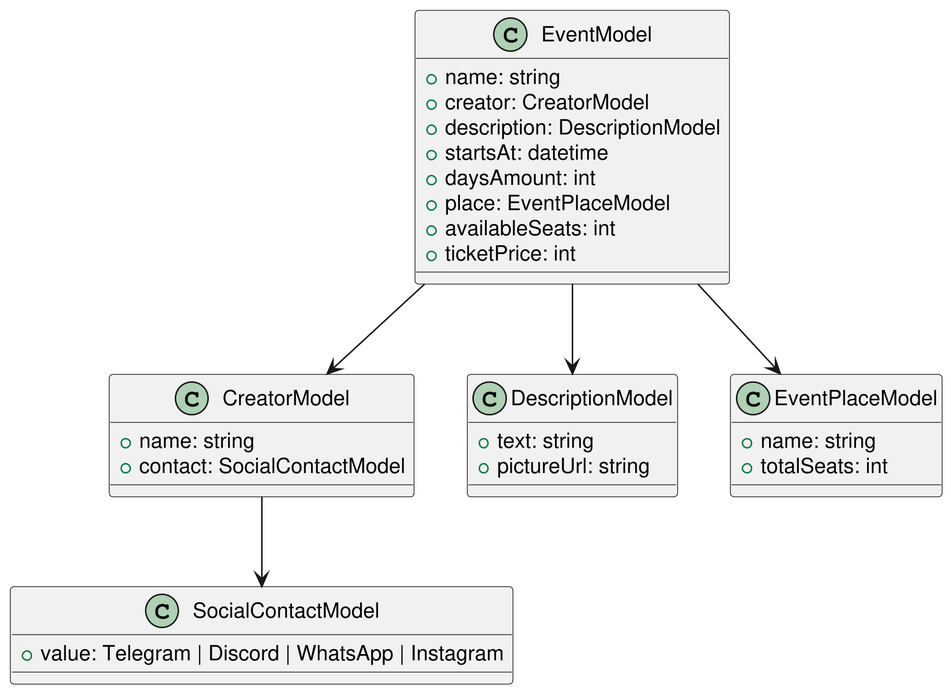
Before: img/event-model.png, a diagram exported from PlantUML (ai-shift/cyber-valley-tickets).
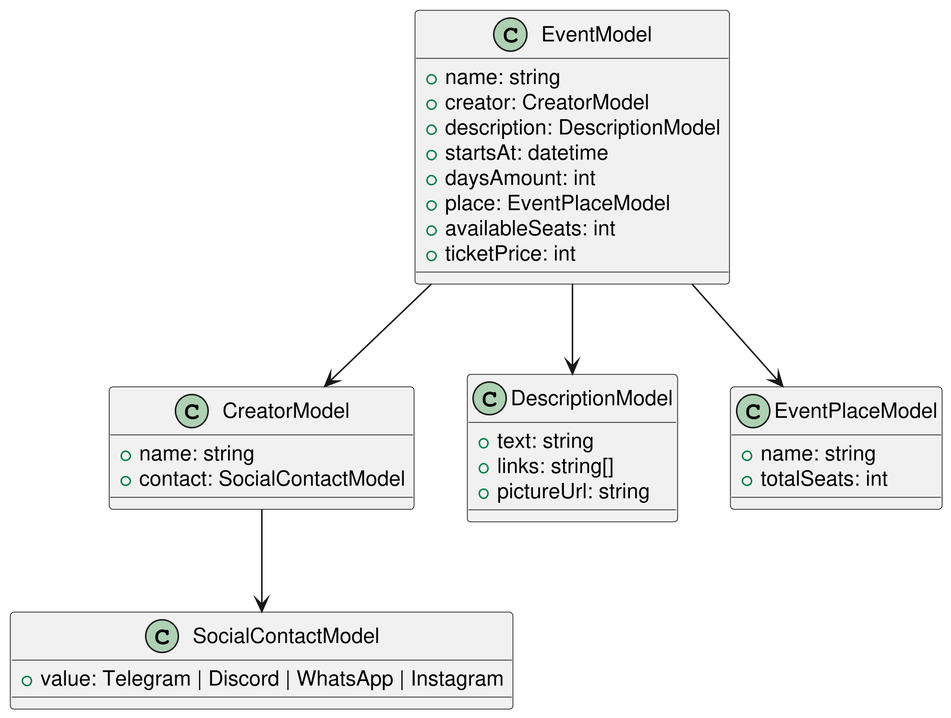
After the change.

The edit, as a diff of the source:
```diff
@@ -18,6 +18,7 @@
 
 class DescriptionModel {
   + text: string
+  + links: string[]
   + pictureUrl: string
 }
 
```
